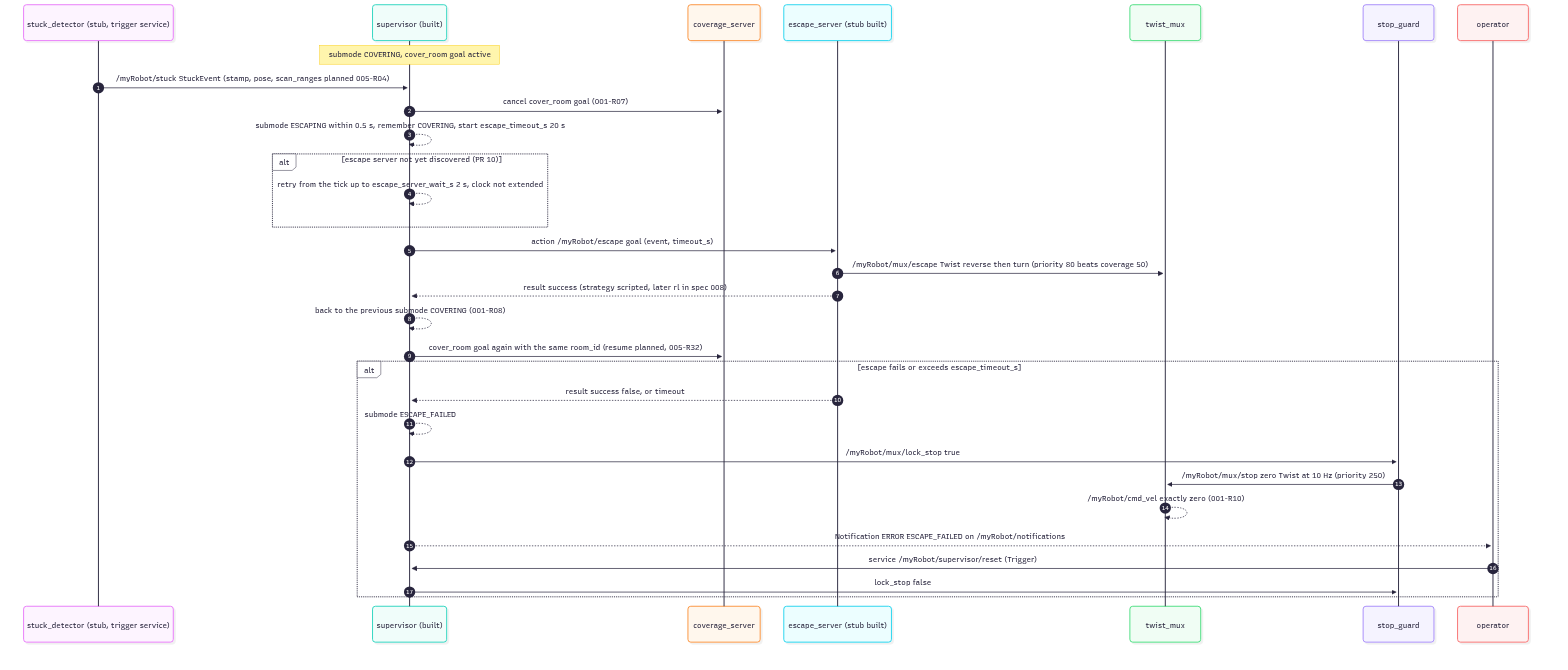
Before: docs/diagrams/render/built-so-far-seq3-stuck.png, a diagram exported from Mermaid (Rodolfodc/kuberostics). Its source is kept beside it as docs/diagrams/built-so-far-seq3-stuck.mmd. Its diagram source:
```mermaid
sequenceDiagram
  autonumber
  participant D as stuck_detector (stub, trigger service)
  participant S as supervisor (built)
  participant C as coverage_server
  participant E as escape_server (stub built)
  participant M as twist_mux
  participant G as stop_guard
  participant O as operator

  Note over S: submode COVERING, cover_room goal active
  D->>S: /myRobot/stuck StuckEvent (stamp, pose, scan_ranges planned 005-R04)
  S->>C: cancel cover_room goal (001-R07)
  S-->>S: submode ESCAPING within 0.5 s, remember COVERING, start escape_timeout_s 20 s
  alt escape server not yet discovered (PR 10)
    S-->>S: retry from the tick up to escape_server_wait_s 2 s, clock not extended
  end
  S->>E: action /myRobot/escape goal (event, timeout_s)
  E->>M: /myRobot/mux/escape Twist reverse then turn (priority 80 beats coverage 50)
  E-->>S: result success (strategy scripted, later rl in spec 008)
  S-->>S: back to the previous submode COVERING (001-R08)
  S->>C: cover_room goal again with the same room_id (resume planned, 005-R32)
  alt escape fails or exceeds escape_timeout_s
    E-->>S: result success false, or timeout
    S-->>S: submode ESCAPE_FAILED
    S->>G: /myRobot/mux/lock_stop true
    G->>M: /myRobot/mux/stop zero Twist at 10 Hz (priority 250)
    M-->>M: /myRobot/cmd_vel exactly zero (001-R10)
    S-->>O: Notification ERROR ESCAPE_FAILED on /myRobot/notifications
    O->>S: service /myRobot/supervisor/reset (Trigger)
    S->>G: lock_stop false
  end
```
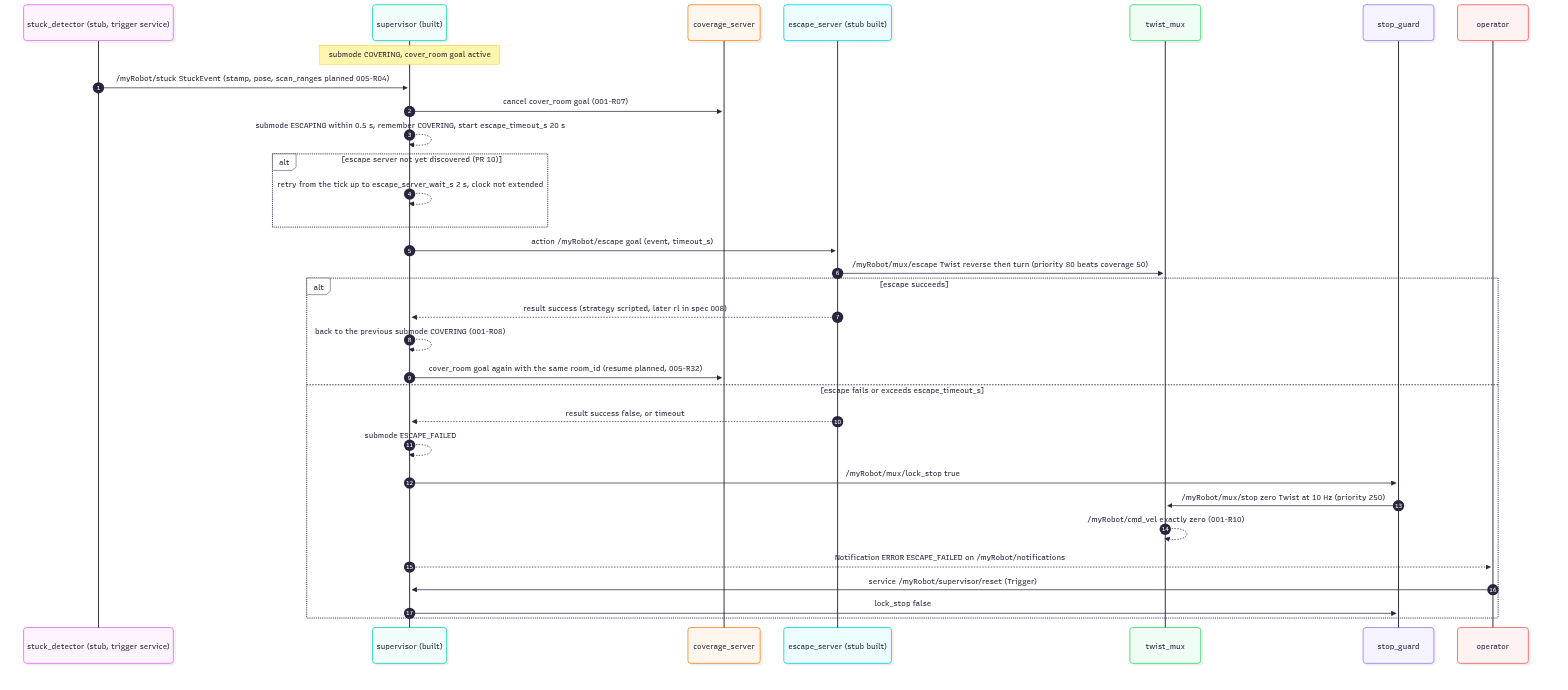
The same file after the commit.

Commit message:
Fix built-so-far diagrams after review

The edit, as a diff of the source:
```diff
@@ -17,10 +17,11 @@
   end
   S->>E: action /myRobot/escape goal (event, timeout_s)
   E->>M: /myRobot/mux/escape Twist reverse then turn (priority 80 beats coverage 50)
-  E-->>S: result success (strategy scripted, later rl in spec 008)
-  S-->>S: back to the previous submode COVERING (001-R08)
-  S->>C: cover_room goal again with the same room_id (resume planned, 005-R32)
-  alt escape fails or exceeds escape_timeout_s
+  alt escape succeeds
+    E-->>S: result success (strategy scripted, later rl in spec 008)
+    S-->>S: back to the previous submode COVERING (001-R08)
+    S->>C: cover_room goal again with the same room_id (resume planned, 005-R32)
+  else escape fails or exceeds escape_timeout_s
     E-->>S: result success false, or timeout
     S-->>S: submode ESCAPE_FAILED
     S->>G: /myRobot/mux/lock_stop true
```
